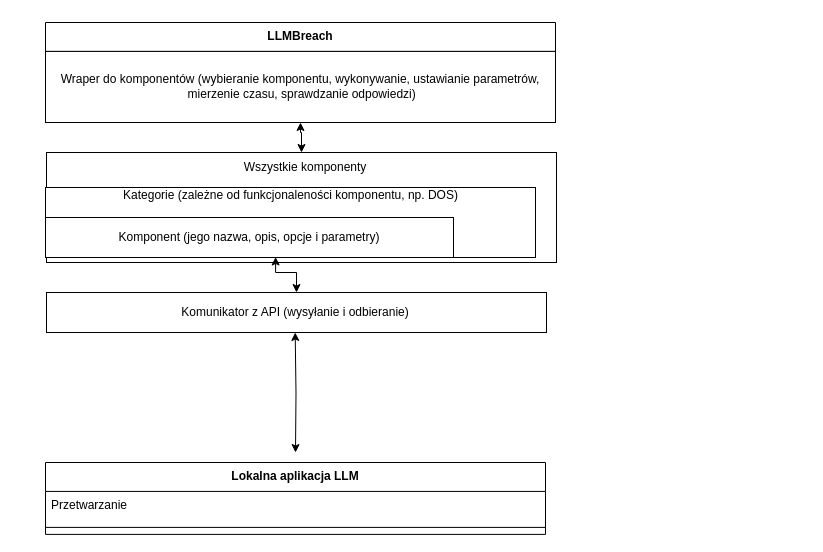
Above: model.drawio in brzewVCE/LMBreach (draw.io), before the change. Source tidied: cells renumbered, new cells numbered last; positions are measured from the earlier drawing's top-left corner, leaving out a move shared by most shapes. Both pictures are drawn from the tidied source at 100%, with x=0, y=0 at pixel (45, 22).
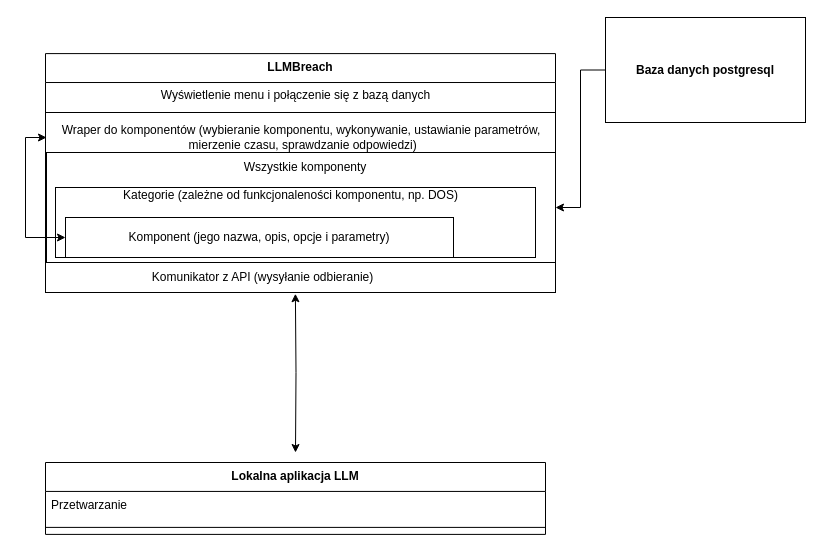
The same page after the edit.

Diff of the diagram source:
```diff
@@
-    <mxCell id="2" value="LLMBreach" style="swimlane;fontStyle=1;align=center;verticalAlign=top;horizontal=1;startSize=28.933331298828126;" parent="1" vertex="1">
-      <mxGeometry width="510" height="100" as="geometry" />
-    </mxCell>
-    <mxCell id="3" value="&lt;div style=&quot;&quot; align=&quot;center&quot;&gt;Wraper do komponentów (wybieranie komponentu, wykonywanie, ustawianie parametrów,&lt;br&gt;&amp;nbsp;mierzenie czasu, sprawdzanie odpowiedzi)&lt;/div&gt;" style="rounded=0;whiteSpace=wrap;html=1;align=center;" parent="2" vertex="1">
-      <mxGeometry y="28.9" width="510" height="71.1" as="geometry" />
-    </mxCell>
+    <mxCell id="17" style="rounded=0;whiteSpace=wrap;html=1;" parent="1" vertex="1">
+      <mxGeometry x="1" y="235" width="499" height="35" as="geometry" />
+    </mxCell>
+    <mxCell id="18" style="rounded=0;whiteSpace=wrap;html=1;" parent="1" vertex="1">
+      <mxGeometry y="90" width="510" height="180" as="geometry" />
+    </mxCell>
-    <mxCell id="4" style="edgeStyle=orthogonalEdgeStyle;rounded=0;orthogonalLoop=1;jettySize=auto;html=1;startArrow=classic;startFill=1;" parent="1" edge="1">
+    <mxCell id="4" style="edgeStyle=orthogonalEdgeStyle;rounded=0;jettySize=auto;html=1;startArrow=classic;startFill=1;entryX=0.49;entryY=1.007;entryDx=0;entryDy=0;entryPerimeter=0;" parent="1" edge="1" target="18">
       <mxGeometry relative="1" as="geometry">
         <mxPoint x="250" y="430" as="sourcePoint" />
-        <mxPoint x="249.7" y="310" as="targetPoint" />
       </mxGeometry>
     </mxCell>
@@
-    <mxCell id="8" value="&lt;div align=&quot;left&quot;&gt;&lt;br&gt;&lt;/div&gt;" style="rounded=0;whiteSpace=wrap;html=1;" parent="1" vertex="1">
-      <mxGeometry x="1" y="270" width="500" height="40" as="geometry" />
-    </mxCell>
-    <mxCell id="9" value="Komunikator z API (wysyłanie i odbieranie)" style="text;html=1;align=center;verticalAlign=middle;whiteSpace=wrap;rounded=0;" parent="1" vertex="1">
-      <mxGeometry x="10" y="275" width="480" height="30" as="geometry" />
-    </mxCell>
-    <mxCell id="10" style="edgeStyle=orthogonalEdgeStyle;rounded=0;jettySize=auto;html=1;entryX=0.5;entryY=1;entryDx=0;entryDy=0;startArrow=classic;startFill=1;" parent="1" edge="1" source="11" target="3">
-      <mxGeometry relative="1" as="geometry" />
-    </mxCell>
     <mxCell id="11" style="rounded=0;whiteSpace=wrap;html=1;" parent="1" vertex="1">
-      <mxGeometry x="1" y="130" width="510" height="110" as="geometry" />
+      <mxGeometry x="1" y="130" width="509" height="110" as="geometry" />
     </mxCell>
     <mxCell id="12" style="rounded=0;whiteSpace=wrap;html=1;" parent="1" vertex="1">
-      <mxGeometry y="165" width="490" height="70" as="geometry" />
+      <mxGeometry x="10" y="165" width="480" height="70" as="geometry" />
     </mxCell>
@@
     <mxCell id="15" value="Komponent (jego nazwa, opis, opcje i parametry)" style="rounded=0;whiteSpace=wrap;html=1;" parent="1" vertex="1">
-      <mxGeometry y="195" width="408" height="40" as="geometry" />
+      <mxGeometry x="20" y="195" width="388" height="40" as="geometry" />
     </mxCell>
-    <mxCell id="16" style="edgeStyle=orthogonalEdgeStyle;rounded=0;jettySize=auto;html=1;entryX=0.564;entryY=0.987;entryDx=0;entryDy=0;entryPerimeter=0;startArrow=classic;startFill=1;" parent="1" edge="1" source="8" target="15">
-      <mxGeometry relative="1" as="geometry" />
-    </mxCell>
+    <mxCell id="19" style="edgeStyle=orthogonalEdgeStyle;rounded=0;jettySize=auto;html=1;entryX=1;entryY=0.5;entryDx=0;entryDy=0;" parent="1" edge="1" source="20" target="11">
+      <mxGeometry relative="1" as="geometry" />
+    </mxCell>
+    <mxCell id="20" value="&lt;h4&gt;Baza danych postgresql&lt;/h4&gt;" style="rounded=0;whiteSpace=wrap;html=1;" parent="1" vertex="1">
+      <mxGeometry x="560" y="-5" width="200" height="105" as="geometry" />
+    </mxCell>
+    <mxCell id="2" value="LLMBreach" style="swimlane;fontStyle=1;align=center;verticalAlign=top;horizontal=1;startSize=28.933331298828126;" parent="1" vertex="1">
+      <mxGeometry y="31.1" width="510" height="58.9" as="geometry" />
+    </mxCell>
+    <mxCell id="21" style="edgeStyle=orthogonalEdgeStyle;rounded=0;jettySize=auto;html=1;entryX=0;entryY=0.5;entryDx=0;entryDy=0;startArrow=classic;startFill=1;" parent="1" edge="1" source="3" target="15">
+      <mxGeometry relative="1" as="geometry">
+        <Array as="points">
+          <mxPoint x="-20" y="115" />
+          <mxPoint x="-20" y="215" />
+        </Array>
+      </mxGeometry>
+    </mxCell>
+    <mxCell id="3" value="Wraper do komponentów (wybieranie komponentu, wykonywanie, ustawianie parametrów,&lt;br&gt;&amp;nbsp;mierzenie czasu, sprawdzanie odpowiedzi)" style="text;html=1;align=center;verticalAlign=middle;whiteSpace=wrap;rounded=0;" parent="1" vertex="1">
+      <mxGeometry x="1" y="100" width="510" height="30" as="geometry" />
+    </mxCell>
+    <mxCell id="22" value="Wyświetlenie menu i połączenie się z bazą danych" style="text;html=1;align=center;verticalAlign=middle;strokeColor=none;fillColor=none;" parent="1" vertex="1">
+      <mxGeometry x="105" y="58" width="290" height="30" as="geometry" />
+    </mxCell>
+    <mxCell id="23" style="rounded=0;whiteSpace=wrap;html=1;" parent="1" vertex="1">
+      <mxGeometry y="240" width="510" height="30" as="geometry" />
+    </mxCell>
+    <mxCell id="24" value="Komunikator z API (wysyłanie odbieranie)" style="text;html=1;align=center;verticalAlign=middle;whiteSpace=wrap;rounded=0;" parent="1" vertex="1">
+      <mxGeometry x="5" y="240" width="425" height="30" as="geometry" />
+    </mxCell>
```
